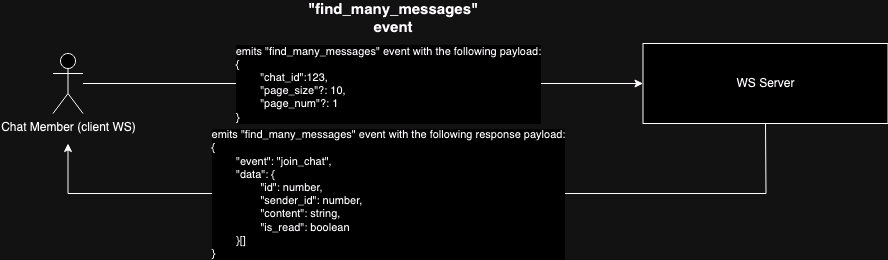
This is assets/ws-diagrams/messages/crud/find_many_messages.event.png from KR1470R/artos-messenger, a draw.io export, as it was before one commit. Source tidied: cells renumbered, new cells last; positions are measured from the earlier drawing's top-left corner, leaving out a move shared by most shapes. Source of this version:
```xml
<mxGraphModel>
  <root>
    <mxCell id="0" />
    <mxCell id="1" parent="0" />
    <mxCell id="2" value="Chat Member (client WS)" style="shape=umlActor;verticalLabelPosition=bottom;verticalAlign=top;html=1;outlineConnect=0;" parent="1" vertex="1">
      <mxGeometry x="-0.5" y="50" width="30" height="60" as="geometry" />
    </mxCell>
    <mxCell id="3" value="&lt;div&gt;WS Server&lt;/div&gt;" style="rounded=0;whiteSpace=wrap;html=1;" parent="1" vertex="1">
      <mxGeometry x="589.5" y="40" width="245" height="80" as="geometry" />
    </mxCell>
    <mxCell id="4" style="endArrow=classic;startArrow=none;html=1;rounded=0;entryX=0;entryY=0.5;entryDx=0;entryDy=0;startFill=0;" parent="1" edge="1" source="2" target="3">
      <mxGeometry relative="1" as="geometry" />
    </mxCell>
    <mxCell id="5" value="&lt;div&gt;emits &quot;find_many_messages&quot; event with the following payload:&lt;/div&gt;&lt;div align=&quot;left&quot;&gt;{&lt;/div&gt;&lt;div align=&quot;left&quot;&gt;&lt;span style=&quot;white-space: pre;&quot;&gt;&#9;&lt;/span&gt;&quot;chat_id&quot;:123,&lt;/div&gt;&lt;div align=&quot;left&quot;&gt;&lt;span style=&quot;white-space: pre;&quot;&gt;&#9;&lt;/span&gt;&quot;page_size&quot;?: 10,&lt;/div&gt;&lt;div align=&quot;left&quot;&gt;&lt;span style=&quot;white-space: pre;&quot;&gt;&#9;&lt;/span&gt;&quot;page_num&quot;?: 1&lt;br&gt;&lt;/div&gt;&lt;div align=&quot;left&quot;&gt;}&lt;br&gt;&lt;/div&gt;" style="edgeLabel;html=1;align=center;verticalAlign=middle;" parent="4" vertex="1">
      <mxGeometry x="-0.14" y="1" relative="1" as="geometry">
        <mxPoint x="64" y="1" as="offset" />
      </mxGeometry>
    </mxCell>
    <mxCell id="6" style="endArrow=classic;html=1;rounded=0;exitX=0.5;exitY=1;exitDx=0;exitDy=0;" parent="1" edge="1" source="3">
      <mxGeometry relative="1" as="geometry">
        <mxPoint x="14.5" y="140" as="targetPoint" />
        <Array as="points">
          <mxPoint x="712.5" y="190" />
          <mxPoint x="14.5" y="190" />
        </Array>
      </mxGeometry>
    </mxCell>
    <mxCell id="7" value="&lt;div&gt;emits &quot;find_many_messages&quot; event with the following response payload:&lt;/div&gt;&lt;div align=&quot;left&quot;&gt;{&lt;/div&gt;&lt;div align=&quot;left&quot;&gt;&lt;span style=&quot;white-space: pre;&quot;&gt;&#9;&lt;/span&gt;&quot;event&quot;: &quot;join_chat&quot;,&lt;/div&gt;&lt;div align=&quot;left&quot;&gt;&lt;span style=&quot;white-space: pre;&quot;&gt;&#9;&lt;/span&gt;&quot;data&quot;: {&lt;/div&gt;&lt;div align=&quot;left&quot;&gt;&lt;span style=&quot;white-space: pre;&quot;&gt;&#9;&lt;/span&gt;&lt;span style=&quot;white-space: pre;&quot;&gt;&#9;&lt;/span&gt;&quot;id&quot;: number,&lt;/div&gt;&lt;div align=&quot;left&quot;&gt;&lt;span style=&quot;white-space: pre;&quot;&gt;&#9;&lt;/span&gt;&lt;span style=&quot;white-space: pre;&quot;&gt;&#9;&lt;/span&gt;&quot;sender_id&quot;: number,&lt;/div&gt;&lt;div align=&quot;left&quot;&gt;&lt;span style=&quot;white-space: pre;&quot;&gt;&#9;&lt;/span&gt;&lt;span style=&quot;white-space: pre;&quot;&gt;&#9;&lt;/span&gt;&quot;content&quot;: string,&lt;/div&gt;&lt;div align=&quot;left&quot;&gt;&lt;span style=&quot;white-space: pre;&quot;&gt;&lt;span style=&quot;white-space: pre;&quot;&gt;&#9;&lt;/span&gt;&lt;span style=&quot;white-space: pre;&quot;&gt;&#9;&lt;/span&gt;&quot;is_read&quot;: boolean&lt;/span&gt;&lt;/div&gt;&lt;div align=&quot;left&quot;&gt;&lt;span style=&quot;white-space: pre;&quot;&gt;&#9;&lt;/span&gt;}[]&lt;br&gt;&lt;/div&gt;&lt;div align=&quot;left&quot;&gt;}&lt;br&gt;&lt;/div&gt;" style="edgeLabel;html=1;align=center;verticalAlign=middle;" parent="6" vertex="1">
      <mxGeometry x="0.13" relative="1" as="geometry">
        <mxPoint x="14" as="offset" />
      </mxGeometry>
    </mxCell>
    <mxCell id="8" value="&lt;b&gt;&lt;font style=&quot;font-size: 15px;&quot;&gt;&quot;find_many_messages&quot; event&lt;/font&gt;&lt;/b&gt;" style="text;html=1;align=center;verticalAlign=middle;whiteSpace=wrap;rounded=0;" parent="1" vertex="1">
      <mxGeometry x="244.5" width="190" height="30" as="geometry" />
    </mxCell>
  </root>
</mxGraphModel>
```
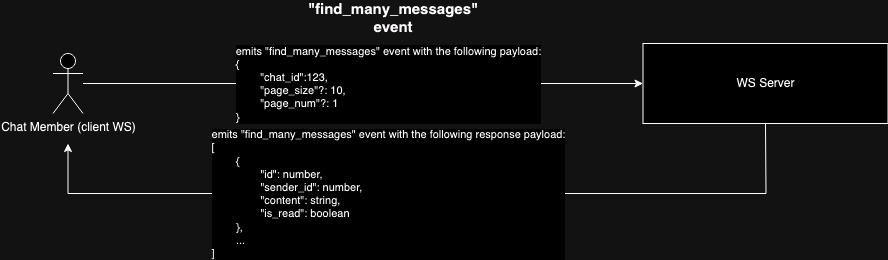
After the change.

Change to the diagram source:
```diff
@@ -25,7 +25,7 @@
         </Array>
       </mxGeometry>
     </mxCell>
-    <mxCell id="7" value="&lt;div&gt;emits &quot;find_many_messages&quot; event with the following response payload:&lt;/div&gt;&lt;div align=&quot;left&quot;&gt;{&lt;/div&gt;&lt;div align=&quot;left&quot;&gt;&lt;span style=&quot;white-space: pre;&quot;&gt;&#9;&lt;/span&gt;&quot;event&quot;: &quot;join_chat&quot;,&lt;/div&gt;&lt;div align=&quot;left&quot;&gt;&lt;span style=&quot;white-space: pre;&quot;&gt;&#9;&lt;/span&gt;&quot;data&quot;: {&lt;/div&gt;&lt;div align=&quot;left&quot;&gt;&lt;span style=&quot;white-space: pre;&quot;&gt;&#9;&lt;/span&gt;&lt;span style=&quot;white-space: pre;&quot;&gt;&#9;&lt;/span&gt;&quot;id&quot;: number,&lt;/div&gt;&lt;div align=&quot;left&quot;&gt;&lt;span style=&quot;white-space: pre;&quot;&gt;&#9;&lt;/span&gt;&lt;span style=&quot;white-space: pre;&quot;&gt;&#9;&lt;/span&gt;&quot;sender_id&quot;: number,&lt;/div&gt;&lt;div align=&quot;left&quot;&gt;&lt;span style=&quot;white-space: pre;&quot;&gt;&#9;&lt;/span&gt;&lt;span style=&quot;white-space: pre;&quot;&gt;&#9;&lt;/span&gt;&quot;content&quot;: string,&lt;/div&gt;&lt;div align=&quot;left&quot;&gt;&lt;span style=&quot;white-space: pre;&quot;&gt;&lt;span style=&quot;white-space: pre;&quot;&gt;&#9;&lt;/span&gt;&lt;span style=&quot;white-space: pre;&quot;&gt;&#9;&lt;/span&gt;&quot;is_read&quot;: boolean&lt;/span&gt;&lt;/div&gt;&lt;div align=&quot;left&quot;&gt;&lt;span style=&quot;white-space: pre;&quot;&gt;&#9;&lt;/span&gt;}[]&lt;br&gt;&lt;/div&gt;&lt;div align=&quot;left&quot;&gt;}&lt;br&gt;&lt;/div&gt;" style="edgeLabel;html=1;align=center;verticalAlign=middle;" parent="6" vertex="1">
+    <mxCell id="7" value="&lt;div&gt;emits &quot;find_many_messages&quot; event with the following response payload:&lt;/div&gt;&lt;div align=&quot;left&quot;&gt;[&lt;br&gt;&lt;/div&gt;&lt;div align=&quot;left&quot;&gt;&lt;span style=&quot;white-space: pre;&quot;&gt;&#9;&lt;/span&gt;{&lt;/div&gt;&lt;div align=&quot;left&quot;&gt;&lt;span style=&quot;white-space: pre;&quot;&gt;&#9;&lt;/span&gt;&lt;span style=&quot;white-space: pre;&quot;&gt;&#9;&lt;/span&gt;&quot;id&quot;: number,&lt;/div&gt;&lt;div align=&quot;left&quot;&gt;&lt;span style=&quot;white-space: pre;&quot;&gt;&#9;&lt;/span&gt;&lt;span style=&quot;white-space: pre;&quot;&gt;&#9;&lt;/span&gt;&quot;sender_id&quot;: number,&lt;/div&gt;&lt;div align=&quot;left&quot;&gt;&lt;span style=&quot;white-space: pre;&quot;&gt;&#9;&lt;span style=&quot;white-space: pre;&quot;&gt;&#9;&lt;/span&gt;&lt;/span&gt;&quot;content&quot;: string,&lt;/div&gt;&lt;div align=&quot;left&quot;&gt;&lt;span style=&quot;white-space: pre;&quot;&gt;&lt;span style=&quot;white-space: pre;&quot;&gt;&#9;&lt;span style=&quot;white-space: pre;&quot;&gt;&#9;&lt;/span&gt;&lt;/span&gt;&quot;is_read&quot;: boolean&lt;/span&gt;&lt;/div&gt;&lt;div align=&quot;left&quot;&gt;&lt;span style=&quot;white-space: pre;&quot;&gt;&#9;&lt;/span&gt;},&lt;/div&gt;&lt;div align=&quot;left&quot;&gt;&lt;span style=&quot;white-space: pre;&quot;&gt;&#9;&lt;/span&gt;...&lt;br&gt;&lt;/div&gt;&lt;div align=&quot;left&quot;&gt;]&lt;br&gt;&lt;/div&gt;" style="edgeLabel;html=1;align=center;verticalAlign=middle;" parent="6" vertex="1">
       <mxGeometry x="0.13" relative="1" as="geometry">
         <mxPoint x="14" as="offset" />
       </mxGeometry>
```
